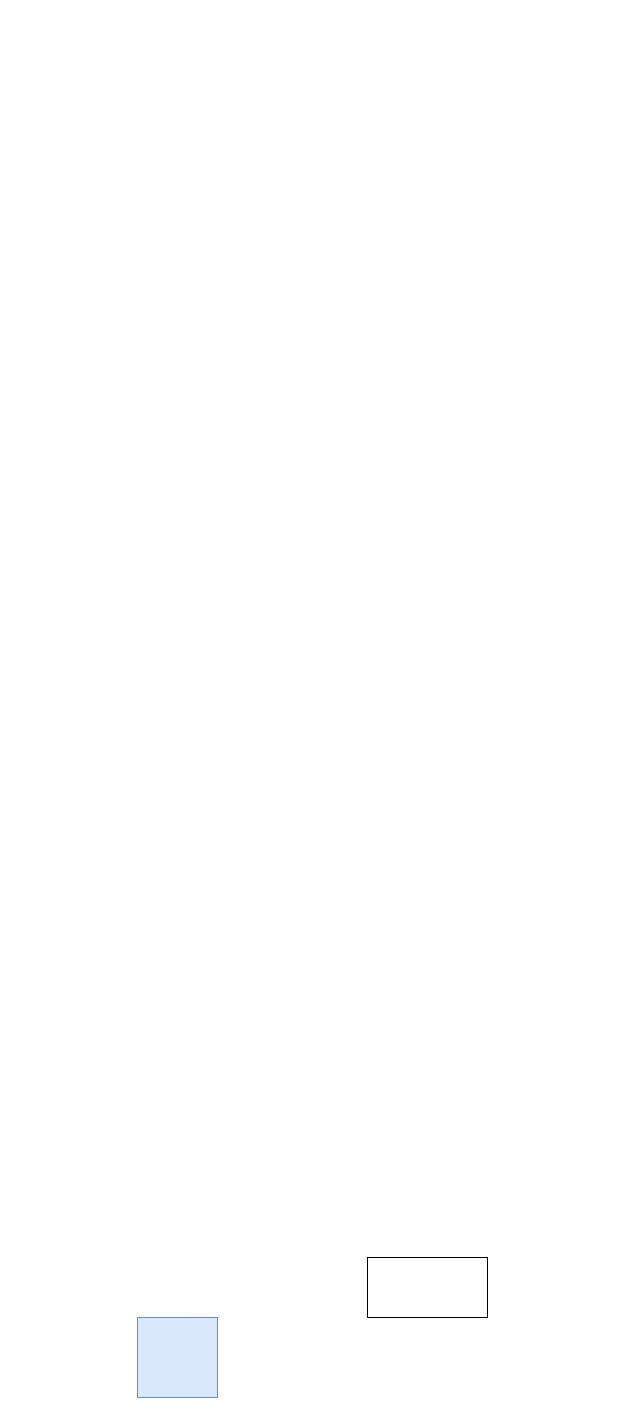
Above: Test.drawio in Buriiboo/Cliffs-of-Cockermouth (draw.io), before the change. Source tidied: cells renumbered, new cells numbered last; positions are measured from the earlier drawing's top-left corner, leaving out a move shared by most shapes. Both pictures are drawn from the tidied source at 100%, with x=0, y=0 at pixel (137, 1257).
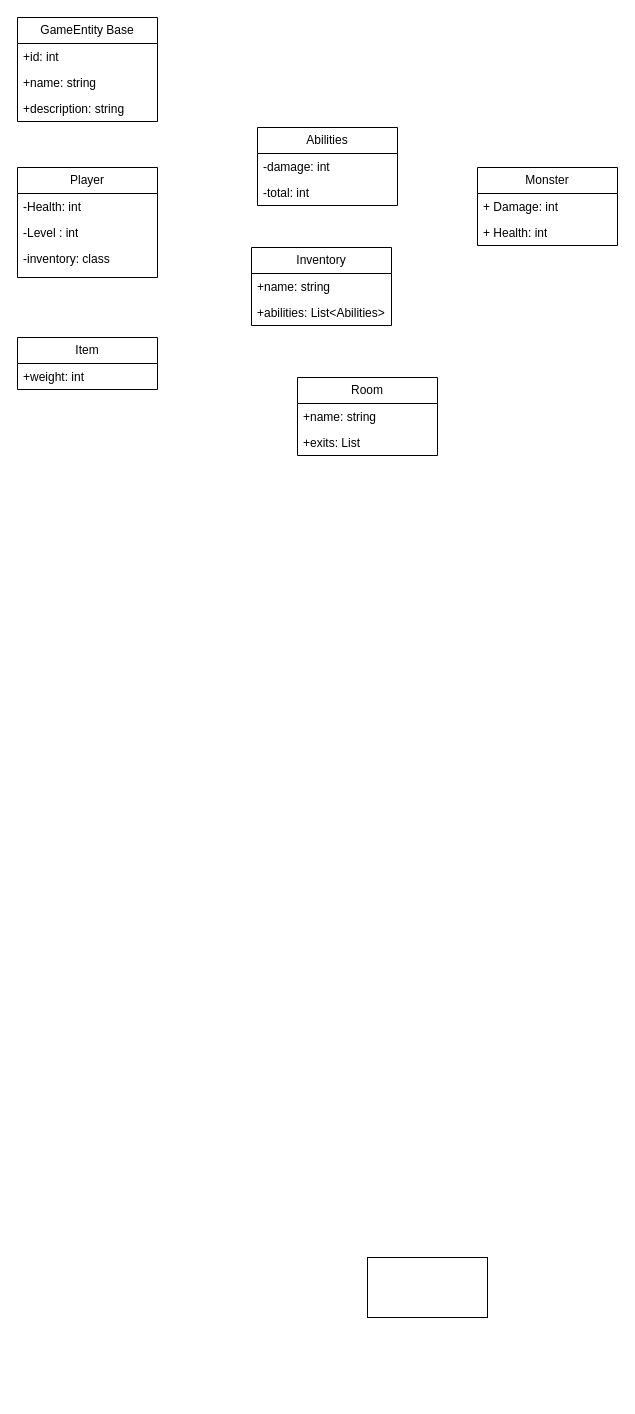
After the change.

Commit message:
Påbörjat UML

What changed in the source:
```diff
@@
-    <mxCell id="2" style="whiteSpace=wrap;html=1;fillColor=#dae8fc;strokeColor=#6c8ebf;" parent="1" vertex="1">
-      <mxGeometry y="60" width="80" height="80" as="geometry" />
-    </mxCell>
+    <mxCell id="4" value="Abilities" style="swimlane;fontStyle=0;horizontal=1;startSize=26;fillColor=none;whiteSpace=wrap;html=1;" parent="1" vertex="1">
+      <mxGeometry x="120" y="-1130" width="140" height="78" as="geometry" />
+    </mxCell>
+    <mxCell id="5" value="-damage: int" style="text;strokeColor=none;fillColor=none;align=left;verticalAlign=top;spacingLeft=4;spacingRight=4;overflow=hidden;whiteSpace=wrap;html=1;" parent="4" vertex="1">
+      <mxGeometry y="26" width="140" height="26" as="geometry" />
+    </mxCell>
+    <mxCell id="6" value="-total: int" style="text;strokeColor=none;fillColor=none;align=left;verticalAlign=top;spacingLeft=4;spacingRight=4;overflow=hidden;whiteSpace=wrap;html=1;" parent="4" vertex="1">
+      <mxGeometry y="52" width="140" height="26" as="geometry" />
+    </mxCell>
+    <mxCell id="7" value="Player" style="swimlane;fontStyle=0;horizontal=1;startSize=26;fillColor=none;whiteSpace=wrap;html=1;" parent="1" vertex="1">
+      <mxGeometry x="-120" y="-1090" width="140" height="110" as="geometry" />
+    </mxCell>
+    <mxCell id="8" value="-Health: int" style="text;strokeColor=none;fillColor=none;align=left;verticalAlign=top;spacingLeft=4;spacingRight=4;overflow=hidden;whiteSpace=wrap;html=1;" parent="7" vertex="1">
+      <mxGeometry y="26" width="140" height="26" as="geometry" />
+    </mxCell>
+    <mxCell id="9" value="-Level : int" style="text;strokeColor=none;fillColor=none;align=left;verticalAlign=top;spacingLeft=4;spacingRight=4;overflow=hidden;whiteSpace=wrap;html=1;" parent="7" vertex="1">
+      <mxGeometry y="52" width="140" height="26" as="geometry" />
+    </mxCell>
+    <mxCell id="10" value="-inventory: class" style="text;strokeColor=none;fillColor=none;align=left;verticalAlign=top;spacingLeft=4;spacingRight=4;overflow=hidden;whiteSpace=wrap;html=1;" parent="7" vertex="1">
+      <mxGeometry y="78" width="140" height="32" as="geometry" />
+    </mxCell>
+    <mxCell id="11" value="Inventory" style="swimlane;fontStyle=0;horizontal=1;startSize=26;fillColor=none;whiteSpace=wrap;html=1;" parent="1" vertex="1">
+      <mxGeometry x="114" y="-1010" width="140" height="78" as="geometry" />
+    </mxCell>
+    <mxCell id="12" value="+name: string" style="text;strokeColor=none;fillColor=none;align=left;verticalAlign=top;spacingLeft=4;spacingRight=4;overflow=hidden;whiteSpace=wrap;html=1;" parent="11" vertex="1">
+      <mxGeometry y="26" width="140" height="26" as="geometry" />
+    </mxCell>
+    <mxCell id="13" value="+abilities: List&amp;lt;Abilities&amp;gt;" style="text;strokeColor=none;fillColor=none;align=left;verticalAlign=top;spacingLeft=4;spacingRight=4;overflow=hidden;whiteSpace=wrap;html=1;" parent="11" vertex="1">
+      <mxGeometry y="52" width="140" height="26" as="geometry" />
+    </mxCell>
+    <mxCell id="14" value="GameEntity Base" style="swimlane;fontStyle=0;horizontal=1;startSize=26;fillColor=none;whiteSpace=wrap;html=1;" parent="1" vertex="1">
+      <mxGeometry x="-120" y="-1240" width="140" height="104" as="geometry" />
+    </mxCell>
+    <mxCell id="15" value="+id: int" style="text;strokeColor=none;fillColor=none;align=left;verticalAlign=top;spacingLeft=4;spacingRight=4;overflow=hidden;whiteSpace=wrap;html=1;" parent="14" vertex="1">
+      <mxGeometry y="26" width="140" height="26" as="geometry" />
+    </mxCell>
+    <mxCell id="16" value="+name: string" style="text;strokeColor=none;fillColor=none;align=left;verticalAlign=top;spacingLeft=4;spacingRight=4;overflow=hidden;whiteSpace=wrap;html=1;" parent="14" vertex="1">
+      <mxGeometry y="52" width="140" height="26" as="geometry" />
+    </mxCell>
+    <mxCell id="17" value="+description: string" style="text;strokeColor=none;fillColor=none;align=left;verticalAlign=top;spacingLeft=4;spacingRight=4;overflow=hidden;whiteSpace=wrap;html=1;" parent="14" vertex="1">
+      <mxGeometry y="78" width="140" height="26" as="geometry" />
+    </mxCell>
+    <mxCell id="18" value="Room" style="swimlane;fontStyle=0;horizontal=1;startSize=26;fillColor=none;whiteSpace=wrap;html=1;" parent="1" vertex="1">
+      <mxGeometry x="160" y="-880" width="140" height="78" as="geometry" />
+    </mxCell>
+    <mxCell id="19" value="+name: string" style="text;strokeColor=none;fillColor=none;align=left;verticalAlign=top;spacingLeft=4;spacingRight=4;overflow=hidden;whiteSpace=wrap;html=1;" parent="18" vertex="1">
+      <mxGeometry y="26" width="140" height="26" as="geometry" />
+    </mxCell>
+    <mxCell id="20" value="+exits: List" style="text;strokeColor=none;fillColor=none;align=left;verticalAlign=top;spacingLeft=4;spacingRight=4;overflow=hidden;whiteSpace=wrap;html=1;" parent="18" vertex="1">
+      <mxGeometry y="52" width="140" height="26" as="geometry" />
+    </mxCell>
+    <mxCell id="21" value="Item" style="swimlane;fontStyle=0;horizontal=1;startSize=26;fillColor=none;whiteSpace=wrap;html=1;" parent="1" vertex="1">
+      <mxGeometry x="-120" y="-920" width="140" height="52" as="geometry" />
+    </mxCell>
+    <mxCell id="22" value="+weight: int" style="text;strokeColor=none;fillColor=none;align=left;verticalAlign=top;spacingLeft=4;spacingRight=4;overflow=hidden;whiteSpace=wrap;html=1;" parent="21" vertex="1">
+      <mxGeometry y="26" width="140" height="26" as="geometry" />
+    </mxCell>
+    <mxCell id="23" value="Monster" style="swimlane;fontStyle=0;horizontal=1;startSize=26;fillColor=none;whiteSpace=wrap;html=1;" parent="1" vertex="1">
+      <mxGeometry x="340" y="-1090" width="140" height="78" as="geometry" />
+    </mxCell>
+    <mxCell id="24" value="+ Damage: int" style="text;strokeColor=none;fillColor=none;align=left;verticalAlign=top;spacingLeft=4;spacingRight=4;overflow=hidden;whiteSpace=wrap;html=1;" parent="23" vertex="1">
+      <mxGeometry y="26" width="140" height="26" as="geometry" />
+    </mxCell>
+    <mxCell id="25" value="+ Health: int" style="text;strokeColor=none;fillColor=none;align=left;verticalAlign=top;spacingLeft=4;spacingRight=4;overflow=hidden;whiteSpace=wrap;html=1;" parent="23" vertex="1">
+      <mxGeometry y="52" width="140" height="26" as="geometry" />
+    </mxCell>
```
